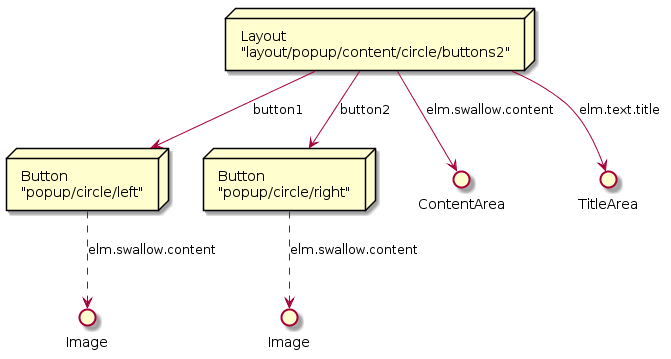
Above: doc/design/uml/TwoButtonPage_SceneGraph.png in Samsung/Tizen.CircularUI (PlantUML), before the change.
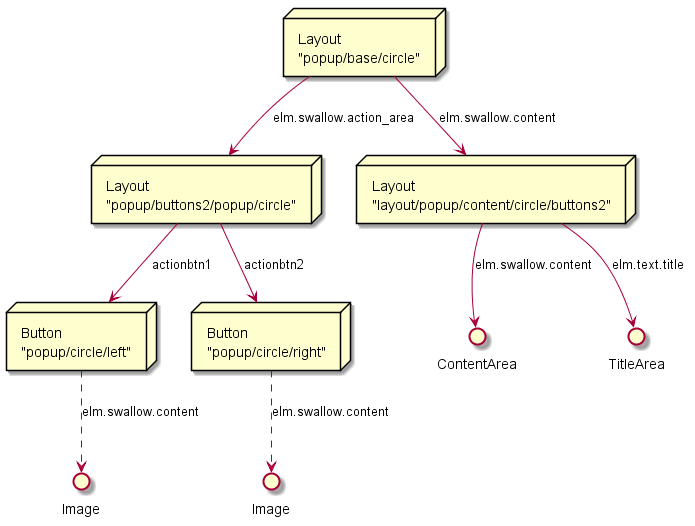
Above is the later version.

Diff of the diagram source:
```diff
@@ -1,6 +1,16 @@
 @startuml TwoButtonPage_SceneGraph.png
 
-node TwoButtonPage [
+node BaseLayout [
+    Layout
+    "popup/base/circle"
+]
+
+node ButtonLayout [
+    Layout
+    "popup/buttons2/popup/circle"
+]
+
+node ContentLayout [
     Layout
     "layout/popup/content/circle/buttons2"
 ]
@@ -26,11 +36,13 @@
 () ContentArea
 () TitleArea
 
+BaseLayout --> ButtonLayout : "elm.swallow.action_area"
+BaseLayout --> ContentLayout : "elm.swallow.content"
+ButtonLayout --> FirstButton : "actionbtn1"
+ButtonLayout --> SecondButton : "actionbtn2"
+ContentLayout --> ContentArea : "elm.swallow.content"
+ContentLayout --> TitleArea : "elm.text.title"
 
-TwoButtonPage --> FirstButton : "button1"
-TwoButtonPage --> ContentArea : "elm.swallow.content"
-TwoButtonPage --> TitleArea : "elm.text.title"
-TwoButtonPage --> SecondButton : "button2"
 
 FirstButton ..> FirstButtonImage : "elm.swallow.content"
 SecondButton ..> SecondButtonImage : "elm.swallow.content"
```
